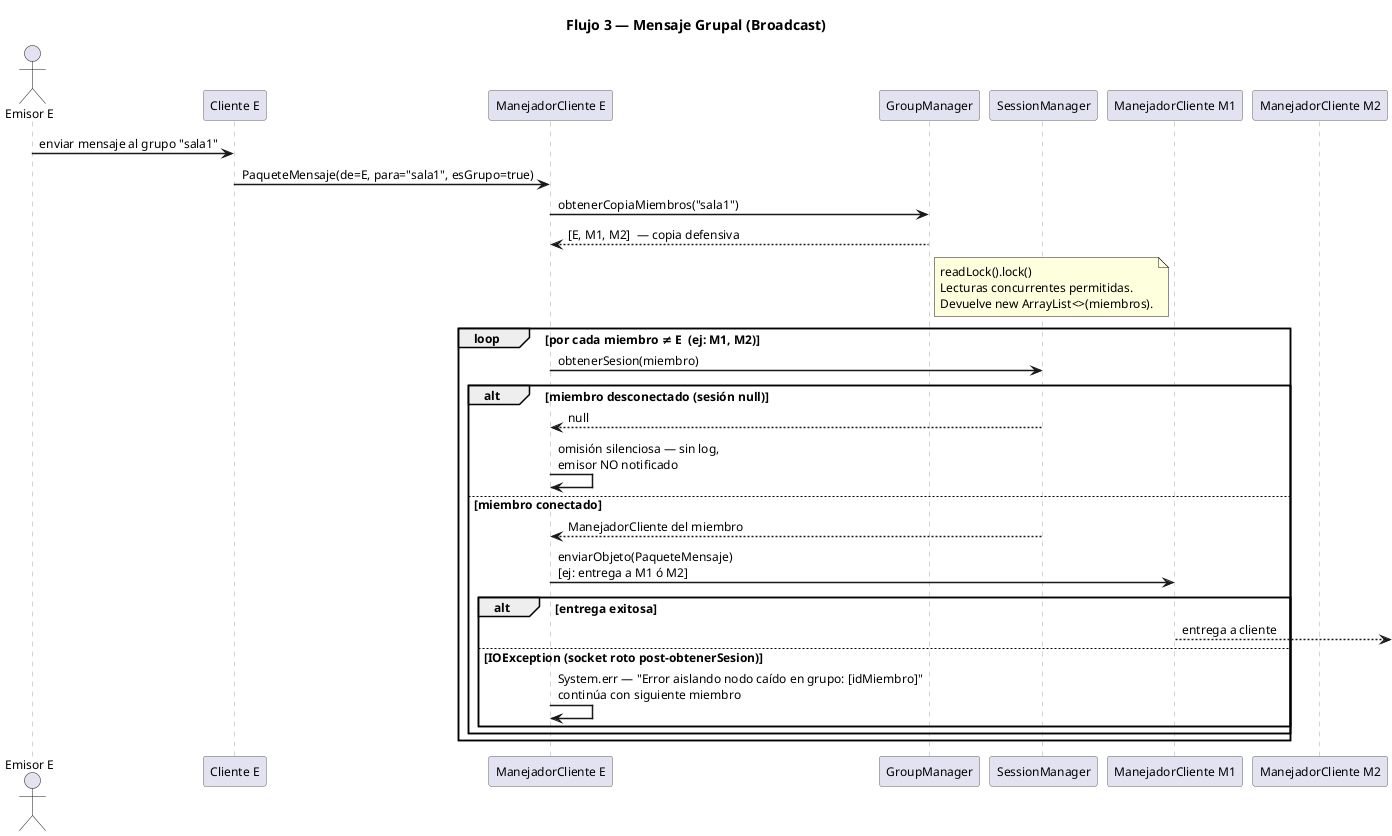
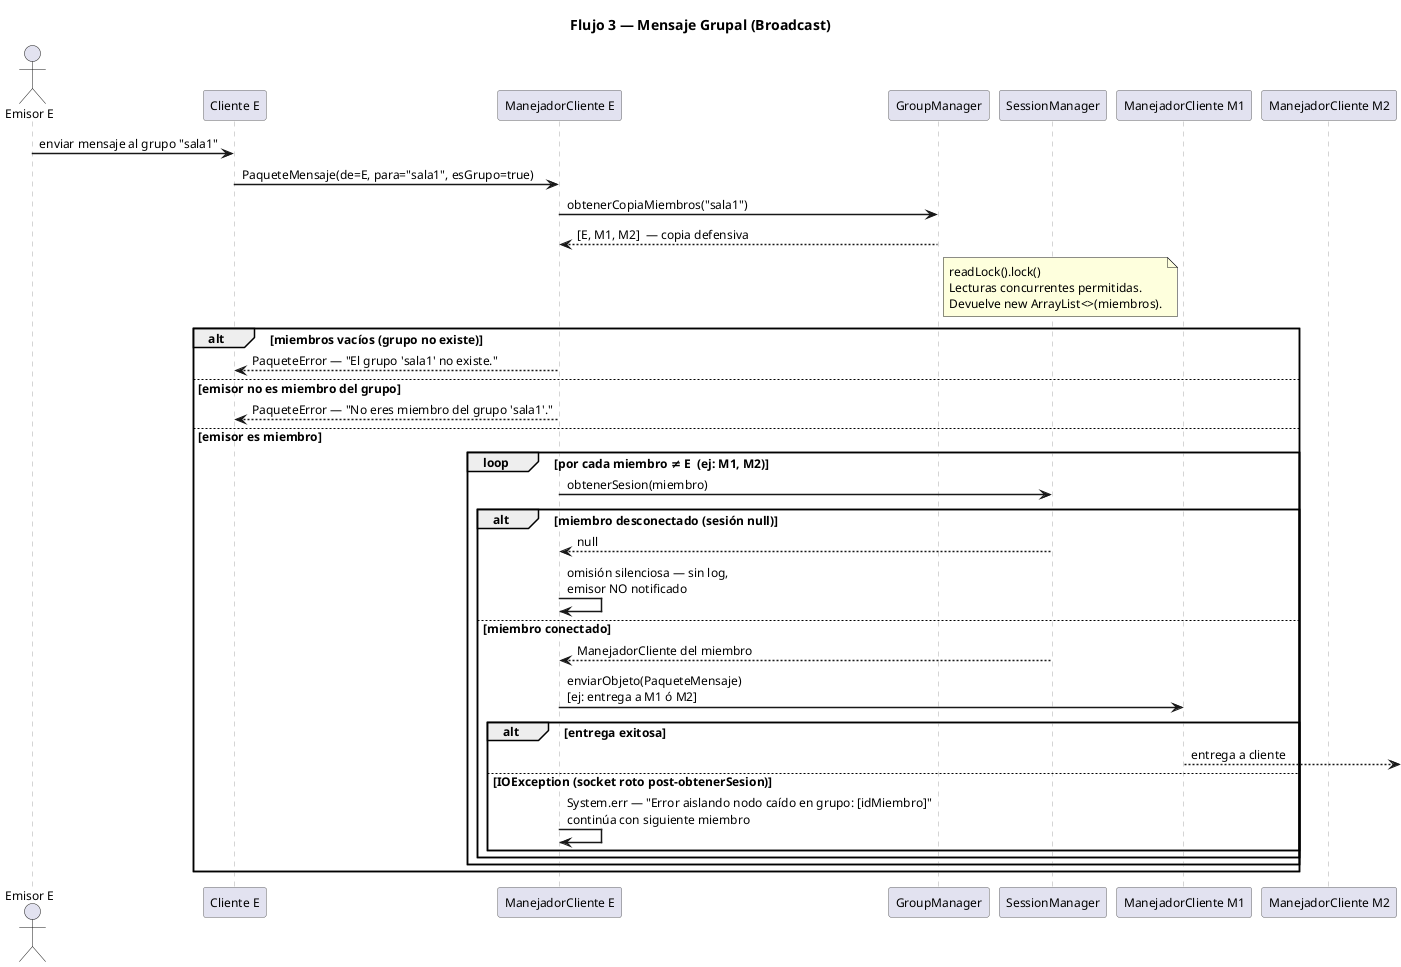
@startuml seq_mensaje_grupal
title Flujo 3 — Mensaje Grupal (Broadcast)

skinparam sequenceArrowThickness 1.5
skinparam sequenceParticipantBorderColor #666666
skinparam sequenceLifeLineBorderColor #AAAAAA
skinparam defaultFontSize 12
skinparam shadowing false

actor       "Emisor E"      as E
participant "Cliente E"     as CLIE
participant "ManejadorCliente E" as MCE
participant "GroupManager"      as GM
participant "SessionManager"    as SM
participant "ManejadorCliente M1" as MCM1
participant "ManejadorCliente M2" as MCM2

E    ->  CLIE : enviar mensaje al grupo "sala1"
CLIE ->  MCE  : PaqueteMensaje(de=E, para="sala1", esGrupo=true)
MCE  ->  GM   : obtenerCopiaMiembros("sala1")
GM   --> MCE  : [E, M1, M2]  — copia defensiva

note right of GM
  readLock().lock()
  Lecturas concurrentes permitidas.
  Devuelve new ArrayList<>(miembros).
end note

+ alt miembros vacíos (grupo no existe)
+     MCE --> CLIE : PaqueteError — "El grupo 'sala1' no existe."
+ else emisor no es miembro del grupo
+     MCE --> CLIE : PaqueteError — "No eres miembro del grupo 'sala1'."
+ else emisor es miembro
+ 
loop por cada miembro ≠ E  (ej: M1, M2)
    MCE -> SM : obtenerSesion(miembro)
    alt miembro desconectado (sesión null)
        SM  --> MCE  : null
        MCE ->  MCE  : omisión silenciosa — sin log,\nemisor NO notificado
    else miembro conectado
        SM  --> MCE  : ManejadorCliente del miembro
        MCE ->  MCM1 : enviarObjeto(PaqueteMensaje)\n[ej: entrega a M1 ó M2]
        alt entrega exitosa
            MCM1 -->     : entrega a cliente
        else IOException (socket roto post-obtenerSesion)
            MCE ->  MCE  : System.err — "Error aislando nodo caído en grupo: [idMiembro]"\ncontinúa con siguiente miembro
        end
    end
end

+ end
+ 
@enduml
